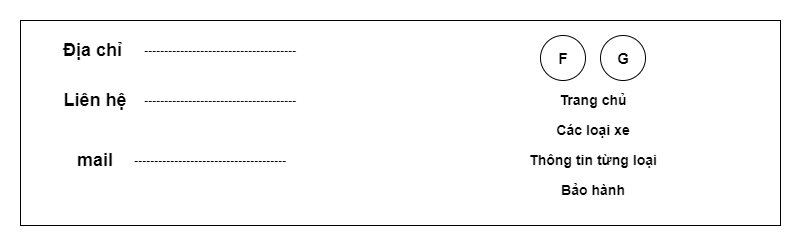
Earlier version of the draw.io export image/LienheTable.png (MinhDangph34649/Web106_dangnm). Source tidied: cells renumbered, new cells last; positions are measured from the earlier drawing's top-left corner, leaving out a move shared by most shapes. Source of this version:
```xml
<mxGraphModel>
  <root>
    <mxCell id="0" />
    <mxCell id="1" parent="0" />
    <mxCell id="2" style="rounded=0;whiteSpace=wrap;html=1;" parent="1" vertex="1">
      <mxGeometry width="760" height="205" as="geometry" />
    </mxCell>
    <mxCell id="3" value="&lt;h2&gt;Địa chỉ&amp;nbsp;&lt;/h2&gt;" style="text;html=1;strokeColor=none;fillColor=none;align=center;verticalAlign=middle;whiteSpace=wrap;rounded=0;" parent="1" vertex="1">
      <mxGeometry x="30" y="15" width="90" height="30" as="geometry" />
    </mxCell>
    <mxCell id="4" value="&lt;h2&gt;Liên hệ&lt;/h2&gt;" style="text;html=1;strokeColor=none;fillColor=none;align=center;verticalAlign=middle;whiteSpace=wrap;rounded=0;" parent="1" vertex="1">
      <mxGeometry x="30" y="65" width="90" height="30" as="geometry" />
    </mxCell>
    <mxCell id="5" value="&lt;h2&gt;mail&lt;/h2&gt;" style="text;html=1;strokeColor=none;fillColor=none;align=center;verticalAlign=middle;whiteSpace=wrap;rounded=0;" parent="1" vertex="1">
      <mxGeometry x="30" y="125" width="90" height="30" as="geometry" />
    </mxCell>
    <mxCell id="6" value="&lt;b&gt;--------------------------------------&lt;/b&gt;" style="text;html=1;strokeColor=none;fillColor=none;align=center;verticalAlign=middle;whiteSpace=wrap;rounded=0;" parent="1" vertex="1">
      <mxGeometry x="90" y="125" width="200" height="30" as="geometry" />
    </mxCell>
    <mxCell id="7" value="&lt;b&gt;--------------------------------------&lt;/b&gt;" style="text;html=1;strokeColor=none;fillColor=none;align=center;verticalAlign=middle;whiteSpace=wrap;rounded=0;" parent="1" vertex="1">
      <mxGeometry x="100" y="65" width="200" height="30" as="geometry" />
    </mxCell>
    <mxCell id="8" value="&lt;b&gt;--------------------------------------&lt;/b&gt;" style="text;html=1;strokeColor=none;fillColor=none;align=center;verticalAlign=middle;whiteSpace=wrap;rounded=0;" parent="1" vertex="1">
      <mxGeometry x="100" y="15" width="200" height="30" as="geometry" />
    </mxCell>
    <mxCell id="9" style="ellipse;whiteSpace=wrap;html=1;" parent="1" vertex="1">
      <mxGeometry x="520" y="15" width="45" height="45" as="geometry" />
    </mxCell>
    <mxCell id="10" style="ellipse;whiteSpace=wrap;html=1;" parent="1" vertex="1">
      <mxGeometry x="580" y="15" width="45" height="45" as="geometry" />
    </mxCell>
    <mxCell id="11" value="&lt;b&gt;&lt;font style=&quot;font-size: 15px;&quot;&gt;F&lt;/font&gt;&lt;/b&gt;" style="text;html=1;strokeColor=none;fillColor=none;align=center;verticalAlign=middle;whiteSpace=wrap;rounded=0;" parent="1" vertex="1">
      <mxGeometry x="513" y="23" width="60" height="30" as="geometry" />
    </mxCell>
    <mxCell id="12" value="&lt;b&gt;&lt;font style=&quot;font-size: 15px;&quot;&gt;G&lt;/font&gt;&lt;/b&gt;" style="text;html=1;strokeColor=none;fillColor=none;align=center;verticalAlign=middle;whiteSpace=wrap;rounded=0;" parent="1" vertex="1">
      <mxGeometry x="573" y="23" width="60" height="30" as="geometry" />
    </mxCell>
    <mxCell id="13" value="&lt;h3&gt;&lt;b&gt;Trang chủ&amp;nbsp;&lt;/b&gt;&lt;/h3&gt;" style="text;html=1;strokeColor=none;fillColor=none;align=center;verticalAlign=middle;whiteSpace=wrap;rounded=0;" parent="1" vertex="1">
      <mxGeometry x="530" y="65" width="90" height="30" as="geometry" />
    </mxCell>
    <mxCell id="14" value="&lt;h3&gt;&lt;b&gt;Thông tin từng loại&amp;nbsp;&lt;/b&gt;&lt;/h3&gt;" style="text;html=1;strokeColor=none;fillColor=none;align=center;verticalAlign=middle;whiteSpace=wrap;rounded=0;" parent="1" vertex="1">
      <mxGeometry x="500" y="125" width="150" height="30" as="geometry" />
    </mxCell>
    <mxCell id="15" value="&lt;h3&gt;&lt;b&gt;Các loại xe&amp;nbsp;&lt;/b&gt;&lt;/h3&gt;" style="text;html=1;strokeColor=none;fillColor=none;align=center;verticalAlign=middle;whiteSpace=wrap;rounded=0;" parent="1" vertex="1">
      <mxGeometry x="530" y="95" width="90" height="30" as="geometry" />
    </mxCell>
    <mxCell id="16" value="&lt;h3&gt;&lt;b&gt;Bảo hành&amp;nbsp;&lt;/b&gt;&lt;/h3&gt;" style="text;html=1;strokeColor=none;fillColor=none;align=center;verticalAlign=middle;whiteSpace=wrap;rounded=0;" parent="1" vertex="1">
      <mxGeometry x="530" y="155" width="90" height="30" as="geometry" />
    </mxCell>
  </root>
</mxGraphModel>
```
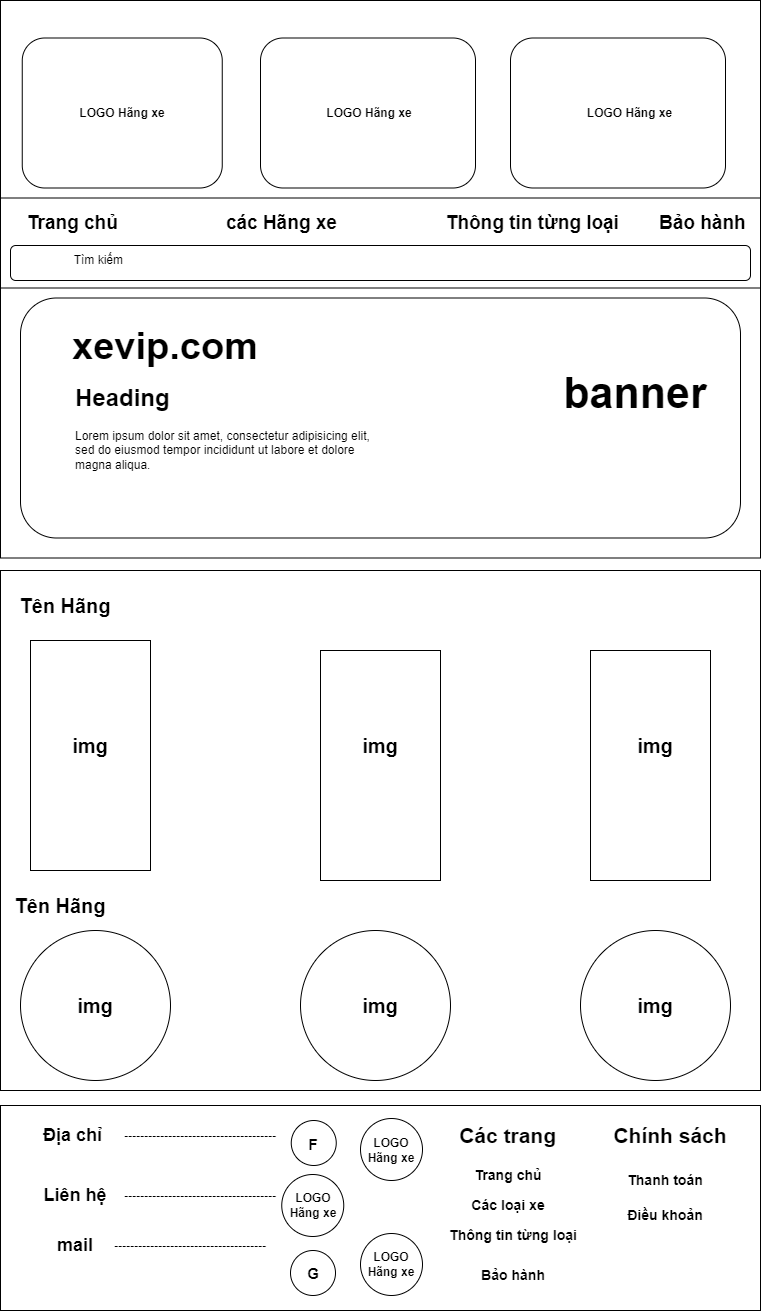
Above is the later version.

Change to the diagram source:
```diff
@@ -3,49 +3,178 @@
     <mxCell id="0" />
     <mxCell id="1" parent="0" />
     <mxCell id="2" style="rounded=0;whiteSpace=wrap;html=1;" parent="1" vertex="1">
-      <mxGeometry width="760" height="205" as="geometry" />
+      <mxGeometry x="-10" width="760" height="205" as="geometry" />
     </mxCell>
     <mxCell id="3" value="&lt;h2&gt;Địa chỉ&amp;nbsp;&lt;/h2&gt;" style="text;html=1;strokeColor=none;fillColor=none;align=center;verticalAlign=middle;whiteSpace=wrap;rounded=0;" parent="1" vertex="1">
-      <mxGeometry x="30" y="15" width="90" height="30" as="geometry" />
+      <mxGeometry x="20" y="15" width="90" height="30" as="geometry" />
     </mxCell>
     <mxCell id="4" value="&lt;h2&gt;Liên hệ&lt;/h2&gt;" style="text;html=1;strokeColor=none;fillColor=none;align=center;verticalAlign=middle;whiteSpace=wrap;rounded=0;" parent="1" vertex="1">
-      <mxGeometry x="30" y="65" width="90" height="30" as="geometry" />
+      <mxGeometry x="20" y="75" width="90" height="30" as="geometry" />
     </mxCell>
     <mxCell id="5" value="&lt;h2&gt;mail&lt;/h2&gt;" style="text;html=1;strokeColor=none;fillColor=none;align=center;verticalAlign=middle;whiteSpace=wrap;rounded=0;" parent="1" vertex="1">
-      <mxGeometry x="30" y="125" width="90" height="30" as="geometry" />
+      <mxGeometry x="20" y="125" width="90" height="30" as="geometry" />
     </mxCell>
     <mxCell id="6" value="&lt;b&gt;--------------------------------------&lt;/b&gt;" style="text;html=1;strokeColor=none;fillColor=none;align=center;verticalAlign=middle;whiteSpace=wrap;rounded=0;" parent="1" vertex="1">
-      <mxGeometry x="90" y="125" width="200" height="30" as="geometry" />
+      <mxGeometry x="80" y="125" width="200" height="30" as="geometry" />
     </mxCell>
     <mxCell id="7" value="&lt;b&gt;--------------------------------------&lt;/b&gt;" style="text;html=1;strokeColor=none;fillColor=none;align=center;verticalAlign=middle;whiteSpace=wrap;rounded=0;" parent="1" vertex="1">
-      <mxGeometry x="100" y="65" width="200" height="30" as="geometry" />
+      <mxGeometry x="90" y="75" width="200" height="30" as="geometry" />
     </mxCell>
     <mxCell id="8" value="&lt;b&gt;--------------------------------------&lt;/b&gt;" style="text;html=1;strokeColor=none;fillColor=none;align=center;verticalAlign=middle;whiteSpace=wrap;rounded=0;" parent="1" vertex="1">
-      <mxGeometry x="100" y="15" width="200" height="30" as="geometry" />
+      <mxGeometry x="90" y="15" width="200" height="30" as="geometry" />
     </mxCell>
     <mxCell id="9" style="ellipse;whiteSpace=wrap;html=1;" parent="1" vertex="1">
-      <mxGeometry x="520" y="15" width="45" height="45" as="geometry" />
+      <mxGeometry x="280.8" y="15" width="45" height="45" as="geometry" />
     </mxCell>
     <mxCell id="10" style="ellipse;whiteSpace=wrap;html=1;" parent="1" vertex="1">
-      <mxGeometry x="580" y="15" width="45" height="45" as="geometry" />
+      <mxGeometry x="280" y="145" width="45" height="45" as="geometry" />
     </mxCell>
     <mxCell id="11" value="&lt;b&gt;&lt;font style=&quot;font-size: 15px;&quot;&gt;F&lt;/font&gt;&lt;/b&gt;" style="text;html=1;strokeColor=none;fillColor=none;align=center;verticalAlign=middle;whiteSpace=wrap;rounded=0;" parent="1" vertex="1">
-      <mxGeometry x="513" y="23" width="60" height="30" as="geometry" />
+      <mxGeometry x="273.2" y="23" width="60" height="32" as="geometry" />
     </mxCell>
     <mxCell id="12" value="&lt;b&gt;&lt;font style=&quot;font-size: 15px;&quot;&gt;G&lt;/font&gt;&lt;/b&gt;" style="text;html=1;strokeColor=none;fillColor=none;align=center;verticalAlign=middle;whiteSpace=wrap;rounded=0;" parent="1" vertex="1">
-      <mxGeometry x="573" y="23" width="60" height="30" as="geometry" />
+      <mxGeometry x="273.2" y="152.5" width="60" height="30" as="geometry" />
     </mxCell>
     <mxCell id="13" value="&lt;h3&gt;&lt;b&gt;Trang chủ&amp;nbsp;&lt;/b&gt;&lt;/h3&gt;" style="text;html=1;strokeColor=none;fillColor=none;align=center;verticalAlign=middle;whiteSpace=wrap;rounded=0;" parent="1" vertex="1">
-      <mxGeometry x="530" y="65" width="90" height="30" as="geometry" />
+      <mxGeometry x="455" y="55" width="90" height="30" as="geometry" />
     </mxCell>
     <mxCell id="14" value="&lt;h3&gt;&lt;b&gt;Thông tin từng loại&amp;nbsp;&lt;/b&gt;&lt;/h3&gt;" style="text;html=1;strokeColor=none;fillColor=none;align=center;verticalAlign=middle;whiteSpace=wrap;rounded=0;" parent="1" vertex="1">
-      <mxGeometry x="500" y="125" width="150" height="30" as="geometry" />
+      <mxGeometry x="430" y="115" width="150" height="30" as="geometry" />
     </mxCell>
     <mxCell id="15" value="&lt;h3&gt;&lt;b&gt;Các loại xe&amp;nbsp;&lt;/b&gt;&lt;/h3&gt;" style="text;html=1;strokeColor=none;fillColor=none;align=center;verticalAlign=middle;whiteSpace=wrap;rounded=0;" parent="1" vertex="1">
-      <mxGeometry x="530" y="95" width="90" height="30" as="geometry" />
+      <mxGeometry x="455" y="85" width="90" height="30" as="geometry" />
     </mxCell>
     <mxCell id="16" value="&lt;h3&gt;&lt;b&gt;Bảo hành&amp;nbsp;&lt;/b&gt;&lt;/h3&gt;" style="text;html=1;strokeColor=none;fillColor=none;align=center;verticalAlign=middle;whiteSpace=wrap;rounded=0;" parent="1" vertex="1">
-      <mxGeometry x="530" y="155" width="90" height="30" as="geometry" />
+      <mxGeometry x="460" y="155" width="90" height="30" as="geometry" />
     </mxCell>
+    <mxCell id="17" style="rounded=0;whiteSpace=wrap;html=1;" parent="1" vertex="1">
+      <mxGeometry x="-10" y="-1105" width="760" height="557.5" as="geometry" />
+    </mxCell>
+    <mxCell id="18" style="rounded=1;whiteSpace=wrap;html=1;" parent="1" vertex="1">
+      <mxGeometry x="11.8" y="-1067.5" width="200" height="150" as="geometry" />
+    </mxCell>
+    <mxCell id="19" style="rounded=1;whiteSpace=wrap;html=1;" parent="1" vertex="1">
+      <mxGeometry x="250" y="-1067.5" width="215" height="150" as="geometry" />
+    </mxCell>
+    <mxCell id="20" style="rounded=1;whiteSpace=wrap;html=1;" parent="1" vertex="1">
+      <mxGeometry x="500" y="-1067.5" width="215" height="150" as="geometry" />
+    </mxCell>
+    <mxCell id="21" style="rounded=0;whiteSpace=wrap;html=1;labelBackgroundColor=none;labelBorderColor=none;spacingTop=1;" parent="1" vertex="1">
+      <mxGeometry x="-10" y="-907.5" width="760" height="90" as="geometry" />
+    </mxCell>
+    <mxCell id="22" value="&lt;b&gt;&lt;font style=&quot;font-size: 19px;&quot;&gt;Trang chủ&amp;nbsp;&lt;/font&gt;&lt;/b&gt;" style="text;html=1;strokeColor=none;fillColor=none;align=center;verticalAlign=middle;whiteSpace=wrap;rounded=0;" parent="1" vertex="1">
+      <mxGeometry x="10" y="-897.5" width="110" height="30" as="geometry" />
+    </mxCell>
+    <mxCell id="23" value="&lt;b&gt;&lt;font style=&quot;font-size: 19px;&quot;&gt;các Hãng xe&amp;nbsp;&lt;/font&gt;&lt;/b&gt;" style="text;html=1;strokeColor=none;fillColor=none;align=center;verticalAlign=middle;whiteSpace=wrap;rounded=0;" parent="1" vertex="1">
+      <mxGeometry x="211.8" y="-897.5" width="124" height="30" as="geometry" />
+    </mxCell>
+    <mxCell id="24" value="Thông tin từng loại&amp;nbsp;" style="text;html=1;strokeColor=none;fillColor=none;align=center;verticalAlign=middle;whiteSpace=wrap;rounded=0;fontStyle=1;strokeWidth=5;fontSize=19;" parent="1" vertex="1">
+      <mxGeometry x="410" y="-897.5" width="230" height="30" as="geometry" />
+    </mxCell>
+    <mxCell id="25" value="&lt;b&gt;&lt;font style=&quot;font-size: 19px;&quot;&gt;Bảo hành&amp;nbsp;&lt;/font&gt;&lt;/b&gt;" style="text;html=1;strokeColor=none;fillColor=none;align=center;verticalAlign=middle;whiteSpace=wrap;rounded=0;" parent="1" vertex="1">
+      <mxGeometry x="640" y="-897.5" width="110" height="30" as="geometry" />
+    </mxCell>
+    <mxCell id="26" style="rounded=1;whiteSpace=wrap;html=1;" parent="1" vertex="1">
+      <mxGeometry x="10" y="-807.5" width="720" height="240" as="geometry" />
+    </mxCell>
+    <mxCell id="27" value="&lt;font style=&quot;font-size: 38px;&quot;&gt;xevip.com&lt;/font&gt;" style="text;html=1;strokeColor=none;fillColor=none;align=center;verticalAlign=middle;whiteSpace=wrap;rounded=0;fontSize=46;fontStyle=1;" parent="1" vertex="1">
+      <mxGeometry x="30" y="-777.5" width="250" height="30" as="geometry" />
+    </mxCell>
+    <mxCell id="28" value="&lt;h1&gt;Heading&lt;/h1&gt;&lt;p&gt;Lorem ipsum dolor sit amet, consectetur adipisicing elit, sed do eiusmod tempor incididunt ut labore et dolore magna aliqua.&lt;/p&gt;" style="text;html=1;strokeColor=none;fillColor=none;spacing=5;spacingTop=-20;whiteSpace=wrap;overflow=hidden;rounded=0;" parent="1" vertex="1">
+      <mxGeometry x="60" y="-727.5" width="310" height="130" as="geometry" />
+    </mxCell>
+    <mxCell id="29" value="&lt;h1&gt;&lt;span style=&quot;font-size: 43px;&quot;&gt;banner&lt;/span&gt;&lt;/h1&gt;" style="text;html=1;strokeColor=none;fillColor=none;align=center;verticalAlign=middle;whiteSpace=wrap;rounded=0;" parent="1" vertex="1">
+      <mxGeometry x="520" y="-727.5" width="210" height="30" as="geometry" />
+    </mxCell>
+    <mxCell id="30" style="rounded=1;whiteSpace=wrap;html=1;" parent="1" vertex="1">
+      <mxGeometry y="-860" width="740" height="35" as="geometry" />
+    </mxCell>
+    <mxCell id="31" value="Tìm kiếm&amp;nbsp;" style="text;html=1;strokeColor=none;fillColor=none;align=center;verticalAlign=middle;whiteSpace=wrap;rounded=0;" parent="1" vertex="1">
+      <mxGeometry x="60" y="-860" width="60" height="30" as="geometry" />
+    </mxCell>
+    <mxCell id="32" value="&lt;b&gt;LOGO Hãng xe&lt;/b&gt;" style="text;html=1;strokeColor=none;fillColor=none;align=center;verticalAlign=middle;whiteSpace=wrap;rounded=0;" parent="1" vertex="1">
+      <mxGeometry x="50" y="-1007.5" width="123.5" height="30" as="geometry" />
+    </mxCell>
+    <mxCell id="33" value="&lt;b&gt;LOGO Hãng xe&lt;/b&gt;" style="text;html=1;strokeColor=none;fillColor=none;align=center;verticalAlign=middle;whiteSpace=wrap;rounded=0;" parent="1" vertex="1">
+      <mxGeometry x="306.5" y="-1007.5" width="103.5" height="30" as="geometry" />
+    </mxCell>
+    <mxCell id="34" value="&lt;b&gt;LOGO Hãng xe&lt;/b&gt;" style="text;html=1;strokeColor=none;fillColor=none;align=center;verticalAlign=middle;whiteSpace=wrap;rounded=0;" parent="1" vertex="1">
+      <mxGeometry x="573" y="-1007.5" width="93" height="30" as="geometry" />
+    </mxCell>
+    <mxCell id="35" style="rounded=0;whiteSpace=wrap;html=1;" parent="1" vertex="1">
+      <mxGeometry x="-10" y="-535" width="760" height="520" as="geometry" />
+    </mxCell>
+    <mxCell id="36" value="&lt;b&gt;&lt;font style=&quot;font-size: 21px;&quot;&gt;Các trang&amp;nbsp;&lt;/font&gt;&lt;/b&gt;" style="text;html=1;strokeColor=none;fillColor=none;align=center;verticalAlign=middle;whiteSpace=wrap;rounded=0;" parent="1" vertex="1">
+      <mxGeometry x="442.5" y="15" width="115" height="30" as="geometry" />
+    </mxCell>
+    <mxCell id="37" value="&lt;b&gt;&lt;font style=&quot;font-size: 21px;&quot;&gt;Chính sách&lt;/font&gt;&lt;/b&gt;" style="text;html=1;strokeColor=none;fillColor=none;align=center;verticalAlign=middle;whiteSpace=wrap;rounded=0;" parent="1" vertex="1">
+      <mxGeometry x="600" y="15" width="120" height="30" as="geometry" />
+    </mxCell>
+    <mxCell id="38" value="&lt;h3&gt;&lt;b&gt;Thanh toán&lt;/b&gt;&lt;/h3&gt;" style="text;html=1;strokeColor=none;fillColor=none;align=center;verticalAlign=middle;whiteSpace=wrap;rounded=0;" parent="1" vertex="1">
+      <mxGeometry x="610" y="60" width="90" height="30" as="geometry" />
+    </mxCell>
+    <mxCell id="39" value="&lt;h3&gt;Điều khoản&lt;/h3&gt;" style="text;html=1;strokeColor=none;fillColor=none;align=center;verticalAlign=middle;whiteSpace=wrap;rounded=0;" parent="1" vertex="1">
+      <mxGeometry x="610" y="95" width="90" height="30" as="geometry" />
+    </mxCell>
+    <mxCell id="40" style="ellipse;whiteSpace=wrap;html=1;" parent="1" vertex="1">
+      <mxGeometry x="271.2" y="69" width="62" height="62" as="geometry" />
+    </mxCell>
+    <mxCell id="41" style="ellipse;whiteSpace=wrap;html=1;" parent="1" vertex="1">
+      <mxGeometry x="350" y="13" width="62" height="62" as="geometry" />
+    </mxCell>
+    <mxCell id="42" style="ellipse;whiteSpace=wrap;html=1;" parent="1" vertex="1">
+      <mxGeometry x="350" y="128" width="62" height="62" as="geometry" />
+    </mxCell>
+    <mxCell id="43" value="&lt;b&gt;&lt;font style=&quot;font-size: 20px;&quot;&gt;Tên Hãng&lt;/font&gt;&lt;/b&gt;" style="text;html=1;strokeColor=none;fillColor=none;align=center;verticalAlign=middle;whiteSpace=wrap;rounded=0;" parent="1" vertex="1">
+      <mxGeometry y="-515" width="110" height="30" as="geometry" />
+    </mxCell>
+    <mxCell id="44" style="rounded=0;whiteSpace=wrap;html=1;" parent="1" vertex="1">
+      <mxGeometry x="20" y="-465" width="120" height="230" as="geometry" />
+    </mxCell>
+    <mxCell id="45" style="rounded=0;whiteSpace=wrap;html=1;" parent="1" vertex="1">
+      <mxGeometry x="580" y="-455" width="120" height="230" as="geometry" />
+    </mxCell>
+    <mxCell id="46" style="rounded=0;whiteSpace=wrap;html=1;" parent="1" vertex="1">
+      <mxGeometry x="310" y="-455" width="120" height="230" as="geometry" />
+    </mxCell>
+    <mxCell id="47" value="&lt;b&gt;&lt;font style=&quot;font-size: 20px;&quot;&gt;Tên Hãng&lt;/font&gt;&lt;/b&gt;" style="text;html=1;strokeColor=none;fillColor=none;align=center;verticalAlign=middle;whiteSpace=wrap;rounded=0;" parent="1" vertex="1">
+      <mxGeometry y="-215" width="100" height="30" as="geometry" />
+    </mxCell>
+    <mxCell id="48" style="ellipse;whiteSpace=wrap;html=1;" parent="1" vertex="1">
+      <mxGeometry x="10" y="-175" width="150" height="150" as="geometry" />
+    </mxCell>
+    <mxCell id="49" style="ellipse;whiteSpace=wrap;html=1;" parent="1" vertex="1">
+      <mxGeometry x="570" y="-175" width="150" height="150" as="geometry" />
+    </mxCell>
+    <mxCell id="50" style="ellipse;whiteSpace=wrap;html=1;" parent="1" vertex="1">
+      <mxGeometry x="290" y="-175" width="150" height="150" as="geometry" />
+    </mxCell>
+    <mxCell id="51" value="&lt;b&gt;&lt;font style=&quot;font-size: 20px;&quot;&gt;img&lt;/font&gt;&lt;/b&gt;" style="text;html=1;strokeColor=none;fillColor=none;align=center;verticalAlign=middle;whiteSpace=wrap;rounded=0;" parent="1" vertex="1">
+      <mxGeometry x="55" y="-115" width="60" height="30" as="geometry" />
+    </mxCell>
+    <mxCell id="52" value="&lt;b&gt;&lt;font style=&quot;font-size: 20px;&quot;&gt;img&lt;/font&gt;&lt;/b&gt;" style="text;html=1;strokeColor=none;fillColor=none;align=center;verticalAlign=middle;whiteSpace=wrap;rounded=0;" parent="1" vertex="1">
+      <mxGeometry x="615" y="-375" width="60" height="30" as="geometry" />
+    </mxCell>
+    <mxCell id="53" value="&lt;b&gt;&lt;font style=&quot;font-size: 20px;&quot;&gt;img&lt;/font&gt;&lt;/b&gt;" style="text;html=1;strokeColor=none;fillColor=none;align=center;verticalAlign=middle;whiteSpace=wrap;rounded=0;" parent="1" vertex="1">
+      <mxGeometry x="340" y="-375" width="60" height="30" as="geometry" />
+    </mxCell>
+    <mxCell id="54" value="&lt;b&gt;&lt;font style=&quot;font-size: 20px;&quot;&gt;img&lt;/font&gt;&lt;/b&gt;" style="text;html=1;strokeColor=none;fillColor=none;align=center;verticalAlign=middle;whiteSpace=wrap;rounded=0;" parent="1" vertex="1">
+      <mxGeometry x="50" y="-375" width="60" height="30" as="geometry" />
+    </mxCell>
+    <mxCell id="55" value="&lt;b&gt;&lt;font style=&quot;font-size: 20px;&quot;&gt;img&lt;/font&gt;&lt;/b&gt;" style="text;html=1;strokeColor=none;fillColor=none;align=center;verticalAlign=middle;whiteSpace=wrap;rounded=0;" parent="1" vertex="1">
+      <mxGeometry x="340" y="-115" width="60" height="30" as="geometry" />
+    </mxCell>
+    <mxCell id="56" value="&lt;b&gt;&lt;font style=&quot;font-size: 20px;&quot;&gt;img&lt;/font&gt;&lt;/b&gt;" style="text;html=1;strokeColor=none;fillColor=none;align=center;verticalAlign=middle;whiteSpace=wrap;rounded=0;" parent="1" vertex="1">
+      <mxGeometry x="615" y="-115" width="60" height="30" as="geometry" />
+    </mxCell>
+    <mxCell id="57" value="&lt;b&gt;LOGO Hãng xe&lt;/b&gt;" style="text;html=1;strokeColor=none;fillColor=none;align=center;verticalAlign=middle;whiteSpace=wrap;rounded=0;" parent="1" vertex="1">
+      <mxGeometry x="268.2" y="85" width="70" height="30" as="geometry" />
+    </mxCell>
+    <mxCell id="58" value="&lt;b&gt;LOGO Hãng xe&lt;/b&gt;" style="text;html=1;strokeColor=none;fillColor=none;align=center;verticalAlign=middle;whiteSpace=wrap;rounded=0;" parent="1" vertex="1">
+      <mxGeometry x="346" y="144" width="70" height="30" as="geometry" />
+    </mxCell>
+    <mxCell id="59" value="&lt;b&gt;LOGO Hãng xe&lt;/b&gt;" style="text;html=1;strokeColor=none;fillColor=none;align=center;verticalAlign=middle;whiteSpace=wrap;rounded=0;" parent="1" vertex="1">
+      <mxGeometry x="346" y="30" width="70" height="30" as="geometry" />
+    </mxCell>
   </root>
 </mxGraphModel>
```
